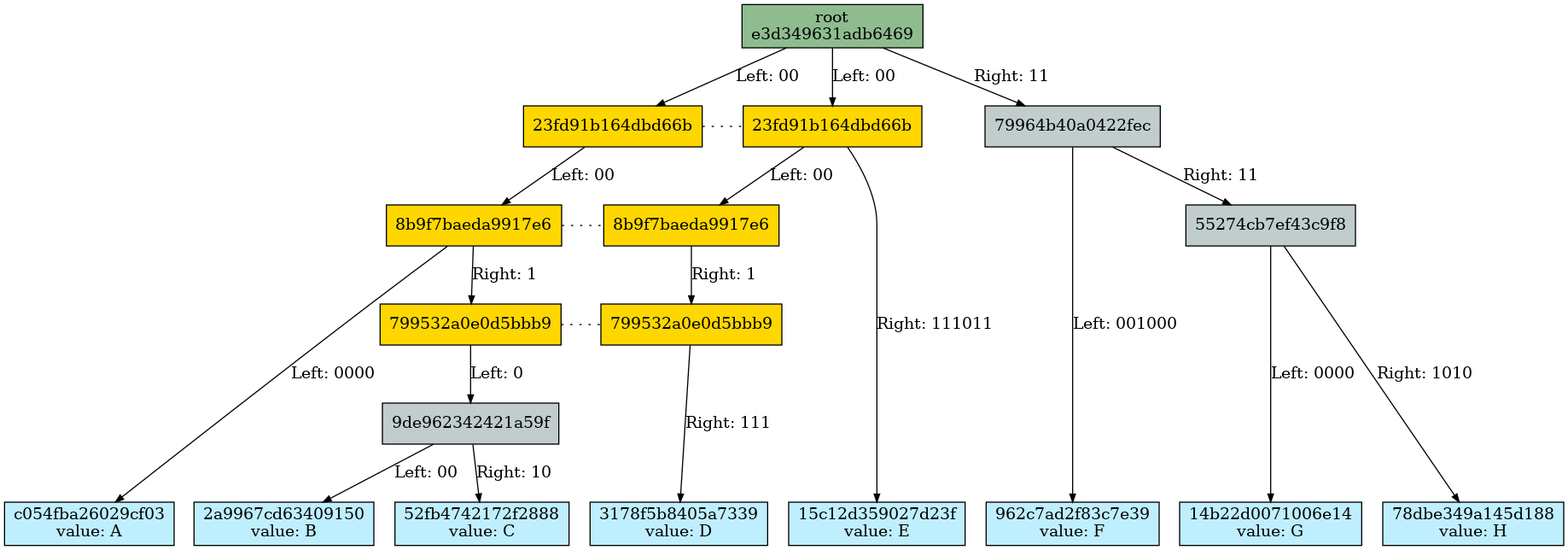
The Graphviz diagram docs/merkle_tree/split_details/5_split_3.dot.png in juicebox-systems/juicebox-hsm-realm, before a commit. Its source is kept beside it as docs/merkle_tree/split_details/5_split_3.dot.
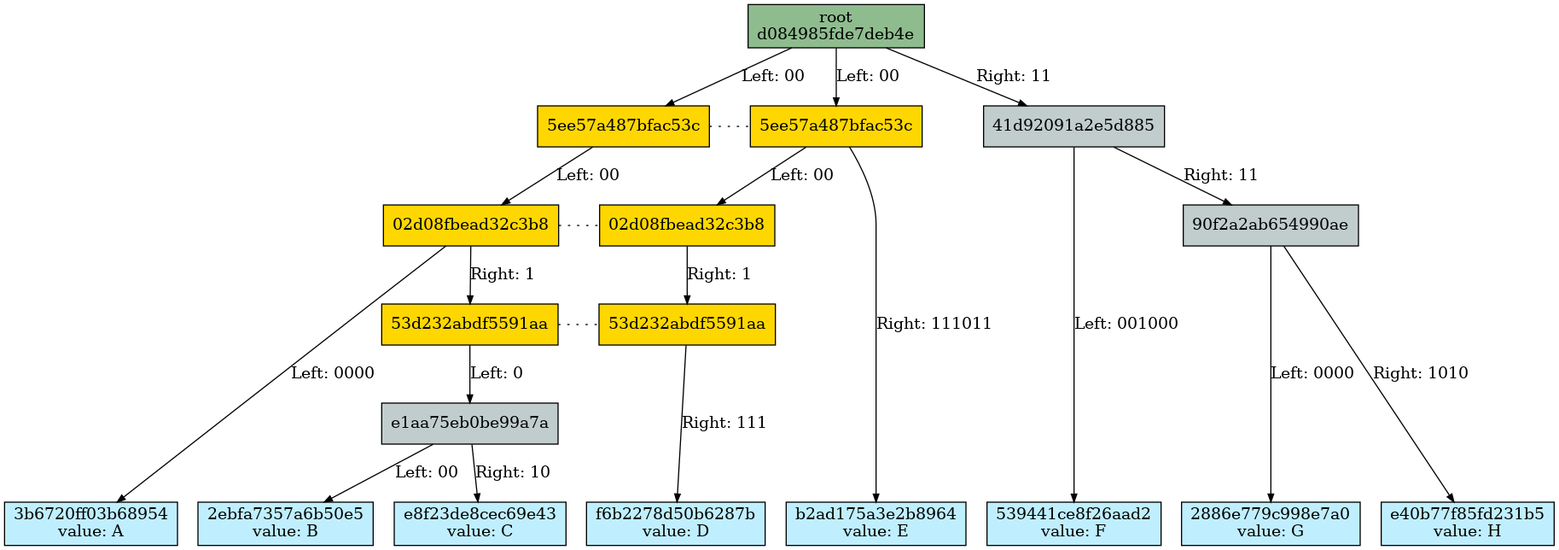
The same file after the commit.

What changed in the source:
```diff
@@ -1,95 +1,95 @@
 Digraph merkletree {
 
-h23fd91b164dbd66b_2 [fillcolor=gold1 label="23fd91b164dbd66b" ordering=out shape=box style=filled ];
-h8b9f7baeda9917e6_2 [fillcolor=gold1 label="8b9f7baeda9917e6" ordering=out shape=box style=filled ];
-h799532a0e0d5bbb9_2 [fillcolor=gold1 label="799532a0e0d5bbb9" ordering=out shape=box style=filled ];
-he3d349631adb6469 -> h23fd91b164dbd66b_2 [arrowsize=0.7 label="Left: 00\l" nojustify=true ];
-he3d349631adb6469 -> h23fd91b164dbd66b [arrowsize=0.7 label="Left: 00\l" nojustify=true ];
-h23fd91b164dbd66b_2 -> h8b9f7baeda9917e6_2 [arrowsize=0.7 label="Left: 00\l" nojustify=true ];
-h23fd91b164dbd66b -> h8b9f7baeda9917e6 [arrowsize=0.7 label="Left: 00\l" nojustify=true ];
-h8b9f7baeda9917e6_2 -> hc054fba26029cf03 [arrowsize=0.7 label="Left: 0000" nojustify=true ];
-h8b9f7baeda9917e6_2 -> h799532a0e0d5bbb9_2 [arrowsize=0.7 label="Right: 1\l" nojustify=true ];
-h8b9f7baeda9917e6 -> h799532a0e0d5bbb9 [arrowsize=0.7 label="Right: 1\l" nojustify=true ];
-h799532a0e0d5bbb9_2 -> h9de962342421a59f [arrowsize=0.7 label="Left: 0\l" nojustify=true ];
-h9de962342421a59f -> h2a9967cd63409150 [arrowsize=0.7 label="Left: 00" nojustify=true ];
-h9de962342421a59f -> h52fb4742172f2888 [arrowsize=0.7 label="Right: 10" nojustify=true ];
-h799532a0e0d5bbb9 -> h3178f5b8405a7339 [arrowsize=0.7 label="Right: 111" nojustify=true ];
-h23fd91b164dbd66b -> h15c12d359027d23f [arrowsize=0.7 label="Right: 111011" nojustify=true ];
-he3d349631adb6469 -> h79964b40a0422fec [arrowsize=0.7 label="Right: 11\l" nojustify=true ];
-h79964b40a0422fec -> h962c7ad2f83c7e39 [arrowsize=0.7 label="Left: 001000" nojustify=true ];
-h79964b40a0422fec -> h55274cb7ef43c9f8 [arrowsize=0.7 label="Right: 11\l" nojustify=true ];
-h55274cb7ef43c9f8 -> h14b22d0071006e14 [arrowsize=0.7 label="Left: 0000" nojustify=true ];
-h55274cb7ef43c9f8 -> h78dbe349a145d188 [arrowsize=0.7 label="Right: 1010" nojustify=true ];
+h5ee57a487bfac53c_2 [fillcolor=gold1 label="5ee57a487bfac53c" ordering=out shape=box style=filled ];
+h02d08fbead32c3b8_2 [fillcolor=gold1 label="02d08fbead32c3b8" ordering=out shape=box style=filled ];
+h53d232abdf5591aa_2 [fillcolor=gold1 label="53d232abdf5591aa" ordering=out shape=box style=filled ];
+hd084985fde7deb4e -> h5ee57a487bfac53c_2 [arrowsize=0.7 label="Left: 00" nojustify=true ];
+hd084985fde7deb4e -> h5ee57a487bfac53c [arrowsize=0.7 label="Left: 00" nojustify=true ];
+h5ee57a487bfac53c_2 -> h02d08fbead32c3b8_2 [arrowsize=0.7 label="Left: 00" nojustify=true ];
+h5ee57a487bfac53c -> h02d08fbead32c3b8 [arrowsize=0.7 label="Left: 00" nojustify=true ];
+h02d08fbead32c3b8_2 -> h3b6720ff03b68954 [arrowsize=0.7 label="Left: 0000" nojustify=true ];
+h02d08fbead32c3b8_2 -> h53d232abdf5591aa_2 [arrowsize=0.7 label="Right: 1" nojustify=true ];
+h02d08fbead32c3b8 -> h53d232abdf5591aa [arrowsize=0.7 label="Right: 1" nojustify=true ];
+h53d232abdf5591aa_2 -> he1aa75eb0be99a7a [arrowsize=0.7 label="Left: 0" nojustify=true ];
+he1aa75eb0be99a7a -> h2ebfa7357a6b50e5 [arrowsize=0.7 label="Left: 00" nojustify=true ];
+he1aa75eb0be99a7a -> he8f23de8cec69e43 [arrowsize=0.7 label="Right: 10" nojustify=true ];
+h53d232abdf5591aa -> hf6b2278d50b6287b [arrowsize=0.7 label="Right: 111" nojustify=true ];
+h5ee57a487bfac53c -> hb2ad175a3e2b8964 [arrowsize=0.7 label="Right: 111011" nojustify=true ];
+hd084985fde7deb4e -> h41d92091a2e5d885 [arrowsize=0.7 label="Right: 11" nojustify=true ];
+h41d92091a2e5d885 -> h539441ce8f26aad2 [arrowsize=0.7 label="Left: 001000" nojustify=true ];
+h41d92091a2e5d885 -> h90f2a2ab654990ae [arrowsize=0.7 label="Right: 11" nojustify=true ];
+h90f2a2ab654990ae -> h2886e779c998e7a0 [arrowsize=0.7 label="Left: 0000" nojustify=true ];
+h90f2a2ab654990ae -> he40b77f85fd231b5 [arrowsize=0.7 label="Right: 1010" nojustify=true ];
 
 Subgraph depth_0 {
 rank=same
 
-he3d349631adb6469 [fillcolor=darkseagreen label="root\ne3d349631adb6469" ordering=out shape=box style=filled ];
+hd084985fde7deb4e [fillcolor=darkseagreen label="root\nd084985fde7deb4e" ordering=out shape=box style=filled ];
 }
 
 
 Subgraph depth_2 {
 rank=same
 
-h23fd91b164dbd66b [fillcolor=gold1 label="23fd91b164dbd66b" ordering=out shape=box style=filled ];
-h79964b40a0422fec [fillcolor=azure3 label="79964b40a0422fec" ordering=out shape=box style=filled ];
+h5ee57a487bfac53c [fillcolor=gold1 label="5ee57a487bfac53c" ordering=out shape=box style=filled ];
+h41d92091a2e5d885 [fillcolor=azure3 label="41d92091a2e5d885" ordering=out shape=box style=filled ];
 }
 
 
 Subgraph depth_4 {
 rank=same
 
-h8b9f7baeda9917e6 [fillcolor=gold1 label="8b9f7baeda9917e6" ordering=out shape=box style=filled ];
-h55274cb7ef43c9f8 [fillcolor=azure3 label="55274cb7ef43c9f8" ordering=out shape=box style=filled ];
+h02d08fbead32c3b8 [fillcolor=gold1 label="02d08fbead32c3b8" ordering=out shape=box style=filled ];
+h90f2a2ab654990ae [fillcolor=azure3 label="90f2a2ab654990ae" ordering=out shape=box style=filled ];
 }
 
 
 Subgraph depth_256 {
 rank=same
 
-hc054fba26029cf03 [fillcolor=lightblue1 label="c054fba26029cf03\nvalue: A" ordering=out shape=box style=filled ];
-h2a9967cd63409150 [fillcolor=lightblue1 label="2a9967cd63409150\nvalue: B" ordering=out shape=box style=filled ];
-h52fb4742172f2888 [fillcolor=lightblue1 label="52fb4742172f2888\nvalue: C" ordering=out shape=box style=filled ];
-h3178f5b8405a7339 [fillcolor=lightblue1 label="3178f5b8405a7339\nvalue: D" ordering=out shape=box style=filled ];
-h15c12d359027d23f [fillcolor=lightblue1 label="15c12d359027d23f\nvalue: E" ordering=out shape=box style=filled ];
-h962c7ad2f83c7e39 [fillcolor=lightblue1 label="962c7ad2f83c7e39\nvalue: F" ordering=out shape=box style=filled ];
-h14b22d0071006e14 [fillcolor=lightblue1 label="14b22d0071006e14\nvalue: G" ordering=out shape=box style=filled ];
-h78dbe349a145d188 [fillcolor=lightblue1 label="78dbe349a145d188\nvalue: H" ordering=out shape=box style=filled ];
+h3b6720ff03b68954 [fillcolor=lightblue1 label="3b6720ff03b68954\nvalue: A" ordering=out shape=box style=filled ];
+h2ebfa7357a6b50e5 [fillcolor=lightblue1 label="2ebfa7357a6b50e5\nvalue: B" ordering=out shape=box style=filled ];
+he8f23de8cec69e43 [fillcolor=lightblue1 label="e8f23de8cec69e43\nvalue: C" ordering=out shape=box style=filled ];
+hf6b2278d50b6287b [fillcolor=lightblue1 label="f6b2278d50b6287b\nvalue: D" ordering=out shape=box style=filled ];
+hb2ad175a3e2b8964 [fillcolor=lightblue1 label="b2ad175a3e2b8964\nvalue: E" ordering=out shape=box style=filled ];
+h539441ce8f26aad2 [fillcolor=lightblue1 label="539441ce8f26aad2\nvalue: F" ordering=out shape=box style=filled ];
+h2886e779c998e7a0 [fillcolor=lightblue1 label="2886e779c998e7a0\nvalue: G" ordering=out shape=box style=filled ];
+he40b77f85fd231b5 [fillcolor=lightblue1 label="e40b77f85fd231b5\nvalue: H" ordering=out shape=box style=filled ];
 }
 
 
 Subgraph depth_5 {
 rank=same
 
-h799532a0e0d5bbb9 [fillcolor=gold1 label="799532a0e0d5bbb9" ordering=out shape=box style=filled ];
+h53d232abdf5591aa [fillcolor=gold1 label="53d232abdf5591aa" ordering=out shape=box style=filled ];
 }
 
 
 Subgraph depth_6 {
 rank=same
 
-h9de962342421a59f [fillcolor=azure3 label="9de962342421a59f" ordering=out shape=box style=filled ];
+he1aa75eb0be99a7a [fillcolor=azure3 label="e1aa75eb0be99a7a" ordering=out shape=box style=filled ];
 }
 
 
-Subgraph split_799532a0e0d5bbb9 {
+Subgraph split_53d232abdf5591aa {
 rank=same
 
-h799532a0e0d5bbb9_2 -> h799532a0e0d5bbb9 [arrowhead=none arrowtail=none dir=both style=dotted ];
+h53d232abdf5591aa_2 -> h53d232abdf5591aa [arrowhead=none arrowtail=none dir=both style=dotted ];
 }
 
 
-Subgraph split_8b9f7baeda9917e6 {
+Subgraph split_02d08fbead32c3b8 {
 rank=same
 
-h8b9f7baeda9917e6_2 -> h8b9f7baeda9917e6 [arrowhead=none arrowtail=none dir=both style=dotted ];
+h02d08fbead32c3b8_2 -> h02d08fbead32c3b8 [arrowhead=none arrowtail=none dir=both style=dotted ];
 }
 
 
-Subgraph split_23fd91b164dbd66b {
+Subgraph split_5ee57a487bfac53c {
 rank=same
 
-h23fd91b164dbd66b_2 -> h23fd91b164dbd66b [arrowhead=none arrowtail=none dir=both style=dotted ];
+h5ee57a487bfac53c_2 -> h5ee57a487bfac53c [arrowhead=none arrowtail=none dir=both style=dotted ];
 }
 
 }
```
